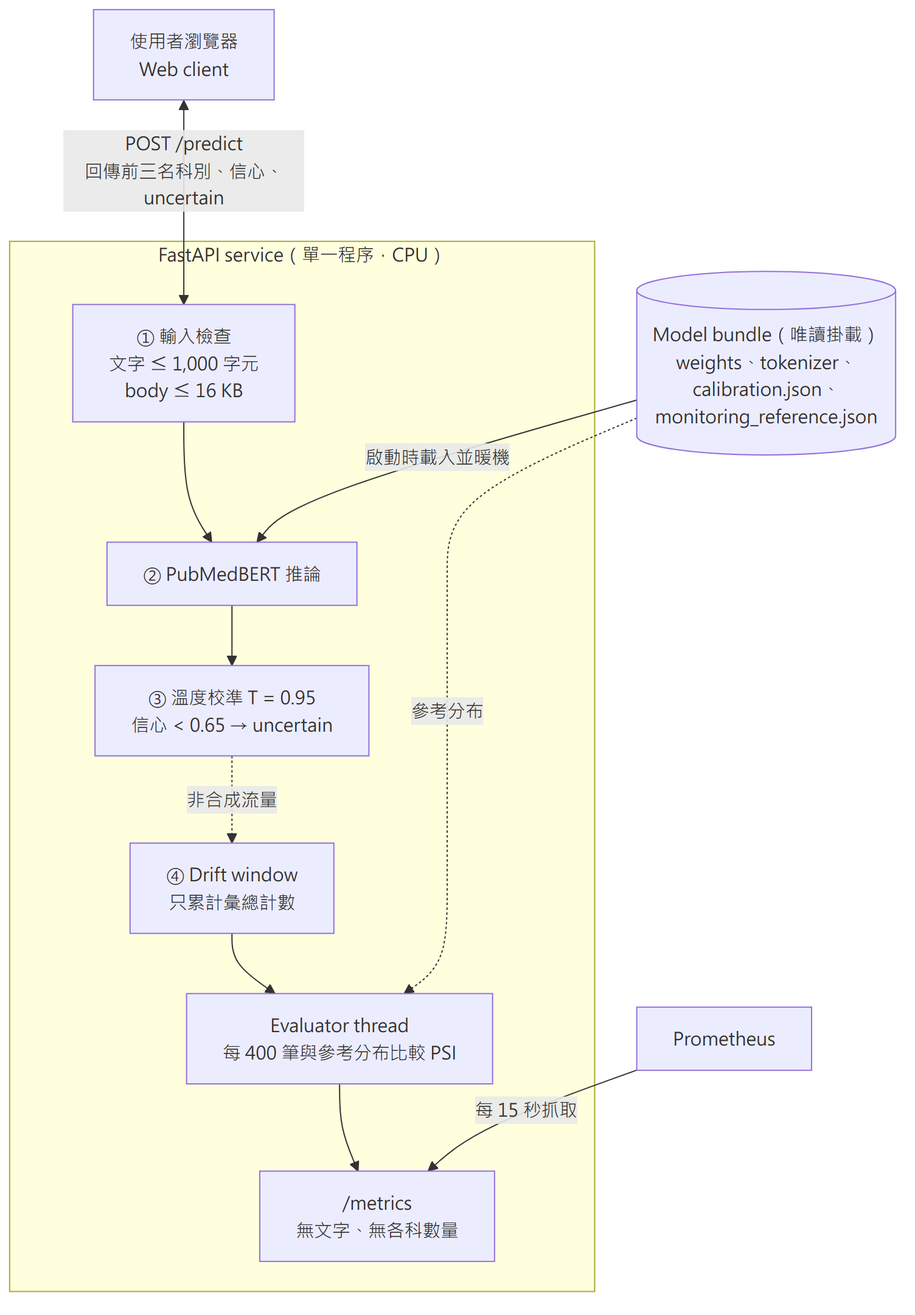
This is docs/diagrams/output/1-system-architecture.png from show20130831/Medical-Specialty-Triage-System, a Mermaid export, as it was before one commit. Its source is kept beside it as docs/diagrams/src/1-system-architecture.mmd.
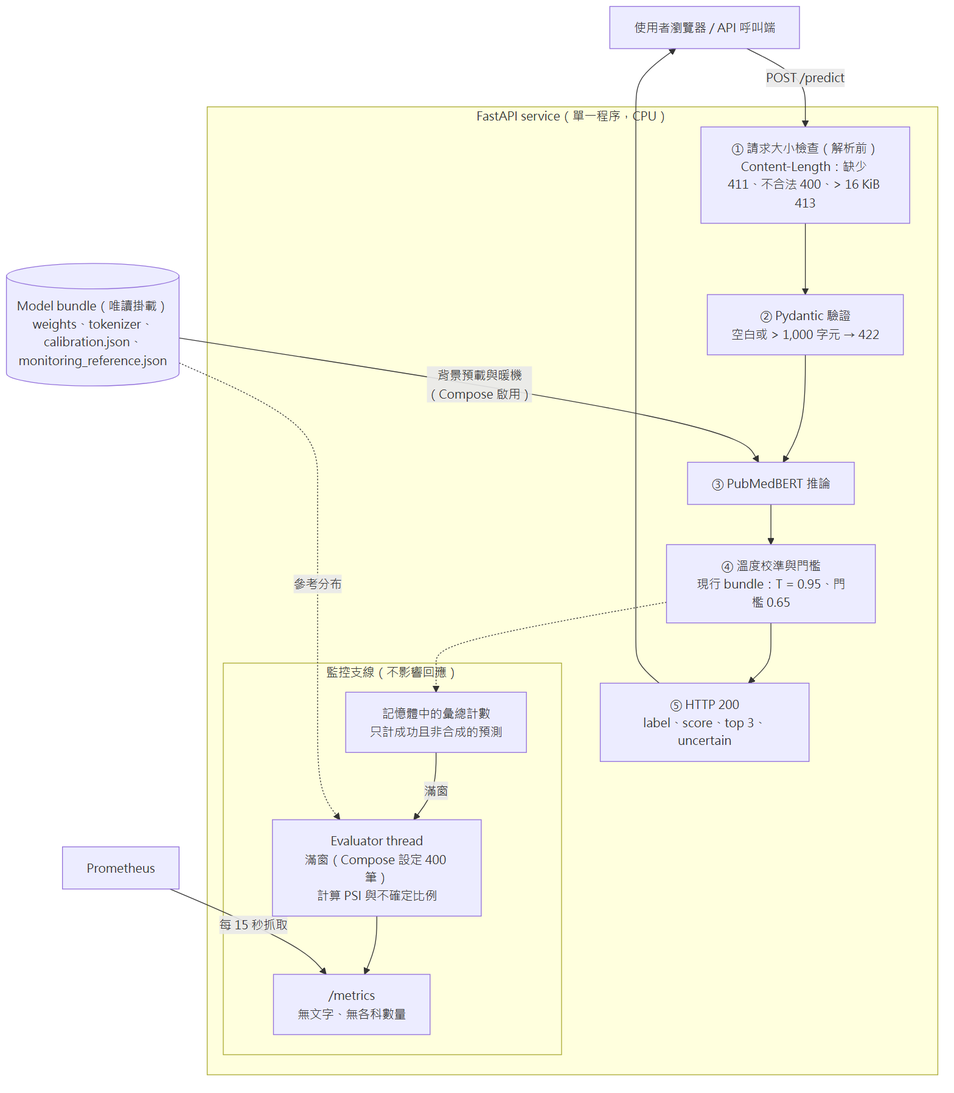
The same file after the commit.

Commit message:
docs: correct system design details against the implementation

What changed in the source:
```diff
@@ -1,20 +1,27 @@
 flowchart TB
-    user["使用者瀏覽器<br/>Web client"]
-    bundle[("Model bundle（唯讀掛載）<br/>weights、tokenizer、calibration.json、<br/>monitoring_reference.json")]
+    user["使用者瀏覽器 / API 呼叫端"]
     subgraph api["FastAPI service（單一程序，CPU）"]
         direction TB
-        validate["① 輸入檢查<br/>文字 ≤ 1,000 字元<br/>body ≤ 16 KB"]
-        predictor["② PubMedBERT 推論"]
-        calib["③ 溫度校準 T = 0.95<br/>信心 < 0.65 → uncertain"]
-        drift["④ Drift window<br/>只累計彙總計數"]
-        evaluator["Evaluator thread<br/>每 400 筆與參考分布比較 PSI"]
-        metrics["/metrics<br/>無文字、無各科數量"]
-        validate --> predictor --> calib
-        calib -. "非合成流量" .-> drift --> evaluator --> metrics
+        size["① 請求大小檢查（解析前）<br/>Content-Length：缺少 411、不合法 400、> 16 KiB 413"]
+        schema["② Pydantic 驗證<br/>空白或 > 1,000 字元 → 422"]
+        predictor["③ PubMedBERT 推論"]
+        calib["④ 溫度校準與門檻<br/>現行 bundle：T = 0.95、門檻 0.65"]
+        resp["⑤ HTTP 200<br/>label、score、top 3、uncertain"]
+        size --> schema --> predictor --> calib --> resp
+        subgraph mon["監控支線（不影響回應）"]
+            direction TB
+            counts["記憶體中的彙總計數<br/>只計成功且非合成的預測"]
+            evaluator["Evaluator thread<br/>滿窗（Compose 設定 400 筆）<br/>計算 PSI 與不確定比例"]
+            metrics["/metrics<br/>無文字、無各科數量"]
+            counts -- "滿窗" --> evaluator --> metrics
+        end
+        calib -.-> counts
     end
+    bundle[("Model bundle（唯讀掛載）<br/>weights、tokenizer、calibration.json、<br/>monitoring_reference.json")]
     prom["Prometheus"]
 
-    user <-- "POST /predict<br/>回傳前三名科別、信心、uncertain" --> validate
-    bundle -- "啟動時載入並暖機" --> predictor
+    user -- "POST /predict" --> size
+    resp --> user
+    bundle -- "背景預載與暖機<br/>（Compose 啟用）" --> predictor
     bundle -. "參考分布" .-> evaluator
     prom -- "每 15 秒抓取" --> metrics
```
